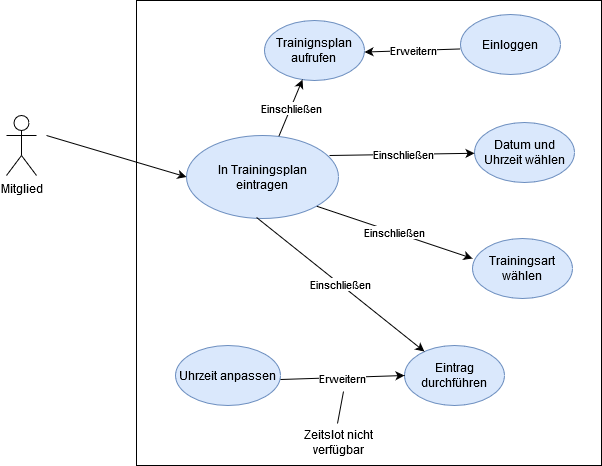
The draw.io diagram docu/Usecases/Eintrag triningsplan(1).png in BenjaminS01/IT-Projekt, before a commit. Source tidied: cells renumbered, new cells last; positions are measured from the earlier drawing's top-left corner, leaving out a move shared by most shapes. The source it was exported from:
```xml
<mxGraphModel>
  <root>
    <mxCell id="0" />
    <mxCell id="1" parent="0" />
    <mxCell id="2" style="whiteSpace=wrap;html=1;" parent="1" vertex="1">
      <mxGeometry x="130" width="465" height="465" as="geometry" />
    </mxCell>
    <mxCell id="3" value="Mitglied" style="shape=umlActor;verticalLabelPosition=bottom;verticalAlign=top;html=1;" parent="1" vertex="1">
      <mxGeometry y="115" width="30" height="60" as="geometry" />
    </mxCell>
    <mxCell id="4" value="&lt;div&gt;In Trainingsplan&lt;/div&gt;&lt;div&gt;eintragen&lt;br&gt;&lt;/div&gt;" style="ellipse;whiteSpace=wrap;html=1;fillColor=#dae8fc;strokeColor=#6c8ebf;" parent="1" vertex="1">
      <mxGeometry x="180" y="135" width="152" height="83" as="geometry" />
    </mxCell>
    <mxCell id="5" value="&lt;div&gt;Datum und Uhrzeit wählen&lt;/div&gt;" style="ellipse;whiteSpace=wrap;html=1;fillColor=#dae8fc;strokeColor=#6c8ebf;" parent="1" vertex="1">
      <mxGeometry x="468" y="122" width="100" height="60" as="geometry" />
    </mxCell>
    <mxCell id="6" value="Trainingsart wählen" style="ellipse;whiteSpace=wrap;html=1;fillColor=#dae8fc;strokeColor=#6c8ebf;" parent="1" vertex="1">
      <mxGeometry x="466" y="238" width="100" height="60" as="geometry" />
    </mxCell>
    <mxCell id="7" style="endArrow=classic;html=1;exitX=0.941;exitY=0.241;exitDx=0;exitDy=0;exitPerimeter=0;" parent="1" edge="1" source="4" target="5">
      <mxGeometry relative="1" as="geometry" />
    </mxCell>
    <mxCell id="8" value="Einschließen" style="edgeLabel;html=1;align=center;verticalAlign=middle;" parent="7" vertex="1">
      <mxGeometry relative="1" as="geometry" />
    </mxCell>
    <mxCell id="9" style="endArrow=classic;html=1;entryX=0;entryY=0.333;entryDx=0;entryDy=0;entryPerimeter=0;exitX=1;exitY=1;exitDx=0;exitDy=0;" parent="1" edge="1" source="4" target="6">
      <mxGeometry relative="1" as="geometry" />
    </mxCell>
    <mxCell id="10" value="Einschließen" style="edgeLabel;html=1;align=center;verticalAlign=middle;" parent="9" vertex="1">
      <mxGeometry relative="1" as="geometry" />
    </mxCell>
    <mxCell id="11" style="endArrow=classic;html=1;entryX=0;entryY=0.5;entryDx=0;entryDy=0;" parent="1" edge="1" target="4">
      <mxGeometry relative="1" as="geometry">
        <mxPoint x="40" y="135" as="sourcePoint" />
      </mxGeometry>
    </mxCell>
    <mxCell id="12" value="&lt;div&gt;Trainignsplan &lt;br&gt;&lt;/div&gt;&lt;div&gt;aufrufen&lt;br&gt;&lt;/div&gt;" style="ellipse;whiteSpace=wrap;html=1;fillColor=#dae8fc;strokeColor=#6c8ebf;" parent="1" vertex="1">
      <mxGeometry x="258" y="20" width="100" height="60" as="geometry" />
    </mxCell>
    <mxCell id="13" style="endArrow=classic;html=1;" parent="1" edge="1" source="4" target="12">
      <mxGeometry relative="1" as="geometry" />
    </mxCell>
    <mxCell id="14" value="Einschließen" style="edgeLabel;html=1;align=center;verticalAlign=middle;" parent="13" vertex="1">
      <mxGeometry relative="1" as="geometry" />
    </mxCell>
    <mxCell id="15" value="Uhrzeit anpassen" style="ellipse;whiteSpace=wrap;html=1;fillColor=#dae8fc;strokeColor=#6c8ebf;" parent="1" vertex="1">
      <mxGeometry x="169" y="345" width="105" height="60" as="geometry" />
    </mxCell>
    <mxCell id="16" value="Eintrag durchführen" style="ellipse;whiteSpace=wrap;html=1;fillColor=#dae8fc;strokeColor=#6c8ebf;" parent="1" vertex="1">
      <mxGeometry x="398" y="345" width="100" height="60" as="geometry" />
    </mxCell>
    <mxCell id="17" style="endArrow=classic;html=1;exitX=0.461;exitY=0.988;exitDx=0;exitDy=0;exitPerimeter=0;" parent="1" edge="1" source="4" target="16">
      <mxGeometry relative="1" as="geometry" />
    </mxCell>
    <mxCell id="18" value="Einschließen" style="edgeLabel;html=1;align=center;verticalAlign=middle;" parent="17" vertex="1">
      <mxGeometry relative="1" as="geometry" />
    </mxCell>
    <mxCell id="19" style="endArrow=classic;html=1;" parent="1" edge="1">
      <mxGeometry relative="1" as="geometry">
        <mxPoint x="454.1" y="48.4" as="sourcePoint" />
        <mxPoint x="358" y="51.6" as="targetPoint" />
      </mxGeometry>
    </mxCell>
    <mxCell id="20" value="Erweitern" style="edgeLabel;html=1;align=center;verticalAlign=middle;" parent="19" vertex="1">
      <mxGeometry relative="1" as="geometry" />
    </mxCell>
    <mxCell id="21" value="Einloggen" style="ellipse;whiteSpace=wrap;html=1;fillColor=#dae8fc;strokeColor=#6c8ebf;" parent="1" vertex="1">
      <mxGeometry x="454" y="14" width="100" height="60" as="geometry" />
    </mxCell>
    <mxCell id="22" style="endArrow=classic;html=1;entryX=0;entryY=0.5;entryDx=0;entryDy=0;" parent="1" edge="1" target="16">
      <mxGeometry relative="1" as="geometry">
        <mxPoint x="274" y="379" as="sourcePoint" />
      </mxGeometry>
    </mxCell>
    <mxCell id="23" value="Erweitern" style="edgeLabel;html=1;align=center;verticalAlign=middle;" parent="22" vertex="1">
      <mxGeometry relative="1" as="geometry" />
    </mxCell>
    <mxCell id="24" style="endArrow=none;html=1;" parent="1" edge="1">
      <mxGeometry relative="1" as="geometry">
        <mxPoint x="331" y="423" as="sourcePoint" />
        <mxPoint x="337" y="391" as="targetPoint" />
      </mxGeometry>
    </mxCell>
    <mxCell id="25" value="Zeitslot nicht verfügbar" style="text;html=1;strokeColor=none;fillColor=none;align=center;verticalAlign=middle;whiteSpace=wrap;rounded=0;" parent="1" vertex="1">
      <mxGeometry x="272" y="437" width="120" height="10" as="geometry" />
    </mxCell>
  </root>
</mxGraphModel>
```
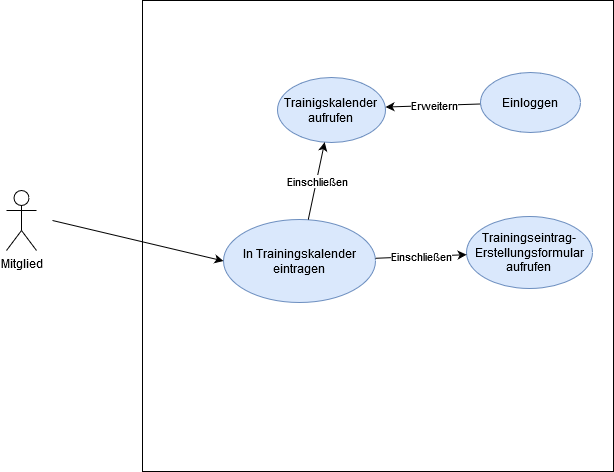
The same file after the commit.

The edit, as a diff of the source:
```diff
@@ -3,39 +3,21 @@
     <mxCell id="0" />
     <mxCell id="1" parent="0" />
     <mxCell id="2" style="whiteSpace=wrap;html=1;" parent="1" vertex="1">
-      <mxGeometry x="130" width="465" height="465" as="geometry" />
+      <mxGeometry x="130" y="-4" width="471" height="471" as="geometry" />
     </mxCell>
     <mxCell id="3" value="Mitglied" style="shape=umlActor;verticalLabelPosition=bottom;verticalAlign=top;html=1;" parent="1" vertex="1">
-      <mxGeometry y="115" width="30" height="60" as="geometry" />
+      <mxGeometry x="-6" y="186" width="30" height="60" as="geometry" />
     </mxCell>
-    <mxCell id="4" value="&lt;div&gt;In Trainingsplan&lt;/div&gt;&lt;div&gt;eintragen&lt;br&gt;&lt;/div&gt;" style="ellipse;whiteSpace=wrap;html=1;fillColor=#dae8fc;strokeColor=#6c8ebf;" parent="1" vertex="1">
-      <mxGeometry x="180" y="135" width="152" height="83" as="geometry" />
+    <mxCell id="4" value="&lt;div&gt;In Trainingskalender&lt;/div&gt;&lt;div&gt;eintragen&lt;br&gt;&lt;/div&gt;" style="ellipse;whiteSpace=wrap;html=1;fillColor=#dae8fc;strokeColor=#6c8ebf;" parent="1" vertex="1">
+      <mxGeometry x="211" y="215" width="152" height="83" as="geometry" />
     </mxCell>
-    <mxCell id="5" value="&lt;div&gt;Datum und Uhrzeit wählen&lt;/div&gt;" style="ellipse;whiteSpace=wrap;html=1;fillColor=#dae8fc;strokeColor=#6c8ebf;" parent="1" vertex="1">
-      <mxGeometry x="468" y="122" width="100" height="60" as="geometry" />
-    </mxCell>
-    <mxCell id="6" value="Trainingsart wählen" style="ellipse;whiteSpace=wrap;html=1;fillColor=#dae8fc;strokeColor=#6c8ebf;" parent="1" vertex="1">
-      <mxGeometry x="466" y="238" width="100" height="60" as="geometry" />
-    </mxCell>
-    <mxCell id="7" style="endArrow=classic;html=1;exitX=0.941;exitY=0.241;exitDx=0;exitDy=0;exitPerimeter=0;" parent="1" edge="1" source="4" target="5">
-      <mxGeometry relative="1" as="geometry" />
-    </mxCell>
-    <mxCell id="8" value="Einschließen" style="edgeLabel;html=1;align=center;verticalAlign=middle;" parent="7" vertex="1">
-      <mxGeometry relative="1" as="geometry" />
-    </mxCell>
-    <mxCell id="9" style="endArrow=classic;html=1;entryX=0;entryY=0.333;entryDx=0;entryDy=0;entryPerimeter=0;exitX=1;exitY=1;exitDx=0;exitDy=0;" parent="1" edge="1" source="4" target="6">
-      <mxGeometry relative="1" as="geometry" />
-    </mxCell>
-    <mxCell id="10" value="Einschließen" style="edgeLabel;html=1;align=center;verticalAlign=middle;" parent="9" vertex="1">
-      <mxGeometry relative="1" as="geometry" />
-    </mxCell>
     <mxCell id="11" style="endArrow=classic;html=1;entryX=0;entryY=0.5;entryDx=0;entryDy=0;" parent="1" edge="1" target="4">
       <mxGeometry relative="1" as="geometry">
-        <mxPoint x="40" y="135" as="sourcePoint" />
+        <mxPoint x="40" y="216" as="sourcePoint" />
       </mxGeometry>
     </mxCell>
-    <mxCell id="12" value="&lt;div&gt;Trainignsplan &lt;br&gt;&lt;/div&gt;&lt;div&gt;aufrufen&lt;br&gt;&lt;/div&gt;" style="ellipse;whiteSpace=wrap;html=1;fillColor=#dae8fc;strokeColor=#6c8ebf;" parent="1" vertex="1">
-      <mxGeometry x="258" y="20" width="100" height="60" as="geometry" />
+    <mxCell id="12" value="&lt;div&gt;Trainigskalender &lt;br&gt;&lt;/div&gt;&lt;div&gt;aufrufen&lt;br&gt;&lt;/div&gt;" style="ellipse;whiteSpace=wrap;html=1;fillColor=#dae8fc;strokeColor=#6c8ebf;" parent="1" vertex="1">
+      <mxGeometry x="265" y="73" width="108" height="65" as="geometry" />
     </mxCell>
     <mxCell id="13" style="endArrow=classic;html=1;" parent="1" edge="1" source="4" target="12">
       <mxGeometry relative="1" as="geometry" />
@@ -43,46 +25,26 @@
     <mxCell id="14" value="Einschließen" style="edgeLabel;html=1;align=center;verticalAlign=middle;" parent="13" vertex="1">
       <mxGeometry relative="1" as="geometry" />
     </mxCell>
-    <mxCell id="15" value="Uhrzeit anpassen" style="ellipse;whiteSpace=wrap;html=1;fillColor=#dae8fc;strokeColor=#6c8ebf;" parent="1" vertex="1">
-      <mxGeometry x="169" y="345" width="105" height="60" as="geometry" />
-    </mxCell>
-    <mxCell id="16" value="Eintrag durchführen" style="ellipse;whiteSpace=wrap;html=1;fillColor=#dae8fc;strokeColor=#6c8ebf;" parent="1" vertex="1">
-      <mxGeometry x="398" y="345" width="100" height="60" as="geometry" />
-    </mxCell>
-    <mxCell id="17" style="endArrow=classic;html=1;exitX=0.461;exitY=0.988;exitDx=0;exitDy=0;exitPerimeter=0;" parent="1" edge="1" source="4" target="16">
-      <mxGeometry relative="1" as="geometry" />
-    </mxCell>
-    <mxCell id="18" value="Einschließen" style="edgeLabel;html=1;align=center;verticalAlign=middle;" parent="17" vertex="1">
-      <mxGeometry relative="1" as="geometry" />
-    </mxCell>
     <mxCell id="19" style="endArrow=classic;html=1;" parent="1" edge="1">
       <mxGeometry relative="1" as="geometry">
-        <mxPoint x="454.1" y="48.4" as="sourcePoint" />
-        <mxPoint x="358" y="51.6" as="targetPoint" />
+        <mxPoint x="469.1" y="99.4" as="sourcePoint" />
+        <mxPoint x="373" y="102.6" as="targetPoint" />
       </mxGeometry>
     </mxCell>
     <mxCell id="20" value="Erweitern" style="edgeLabel;html=1;align=center;verticalAlign=middle;" parent="19" vertex="1">
       <mxGeometry relative="1" as="geometry" />
     </mxCell>
     <mxCell id="21" value="Einloggen" style="ellipse;whiteSpace=wrap;html=1;fillColor=#dae8fc;strokeColor=#6c8ebf;" parent="1" vertex="1">
-      <mxGeometry x="454" y="14" width="100" height="60" as="geometry" />
+      <mxGeometry x="468" y="68" width="100" height="60" as="geometry" />
     </mxCell>
-    <mxCell id="22" style="endArrow=classic;html=1;entryX=0;entryY=0.5;entryDx=0;entryDy=0;" parent="1" edge="1" target="16">
-      <mxGeometry relative="1" as="geometry">
-        <mxPoint x="274" y="379" as="sourcePoint" />
-      </mxGeometry>
-    </mxCell>
-    <mxCell id="23" value="Erweitern" style="edgeLabel;html=1;align=center;verticalAlign=middle;" parent="22" vertex="1">
-      <mxGeometry relative="1" as="geometry" />
-    </mxCell>
-    <mxCell id="24" style="endArrow=none;html=1;" parent="1" edge="1">
-      <mxGeometry relative="1" as="geometry">
-        <mxPoint x="331" y="423" as="sourcePoint" />
-        <mxPoint x="337" y="391" as="targetPoint" />
-      </mxGeometry>
-    </mxCell>
-    <mxCell id="25" value="Zeitslot nicht verfügbar" style="text;html=1;strokeColor=none;fillColor=none;align=center;verticalAlign=middle;whiteSpace=wrap;rounded=0;" parent="1" vertex="1">
-      <mxGeometry x="272" y="437" width="120" height="10" as="geometry" />
-    </mxCell>
+    <mxCell id="26" value="&lt;div&gt;Trainingseintrag-&lt;/div&gt;&lt;div&gt;Erstellungsformular&lt;/div&gt;&lt;div&gt;aufrufen&lt;br&gt;&lt;/div&gt;" style="ellipse;whiteSpace=wrap;html=1;fillColor=#dae8fc;strokeColor=#6c8ebf;" parent="1" vertex="1">
+      <mxGeometry x="454" y="212" width="126" height="72" as="geometry" />
+    </mxCell>
+    <mxCell id="27" style="endArrow=classic;html=1;" parent="1" edge="1" source="4" target="26">
+      <mxGeometry relative="1" as="geometry" />
+    </mxCell>
+    <mxCell id="28" value="Einschließen" style="edgeLabel;html=1;align=center;verticalAlign=middle;" parent="27" vertex="1">
+      <mxGeometry relative="1" as="geometry" />
+    </mxCell>
   </root>
 </mxGraphModel>
```
